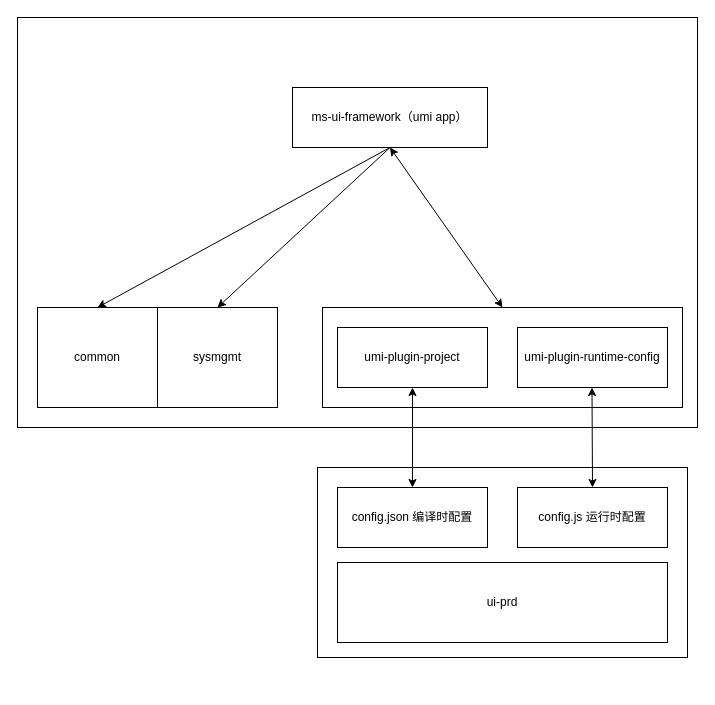
This is draw/未命名绘图.drawio from yuanguandong/code, a draw.io file, before an edit. Source tidied: cells renumbered, new cells numbered last; positions are measured from the earlier drawing's top-left corner, leaving out a move shared by most shapes. Both pictures are drawn from the tidied source at 100%, with x=0, y=0 at pixel (17, 17).
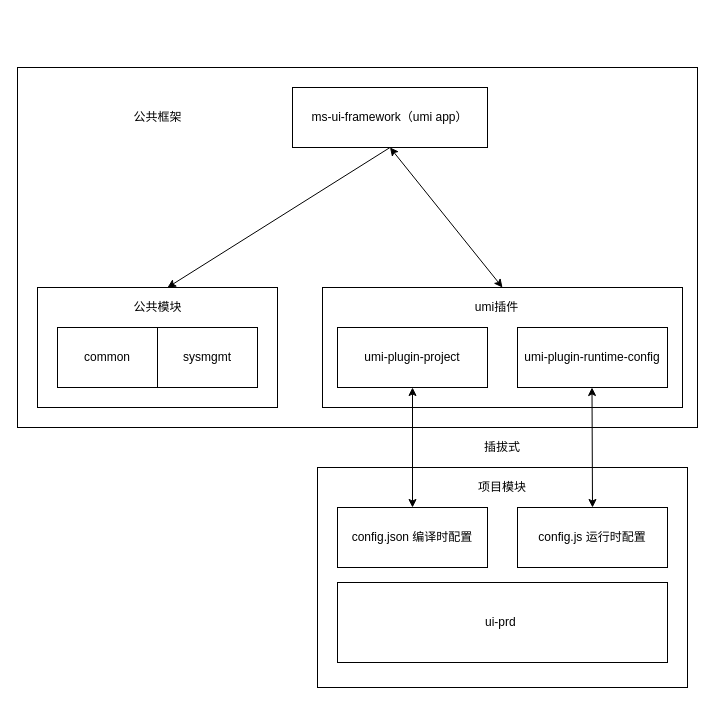
The same diagram, later.

Unchanged cells that the change refers to:
```xml
<mxCell id="4" value="ms-ui-framework（umi app）" style="rounded=0;whiteSpace=wrap;html=1;" parent="1" vertex="1">
  <mxGeometry x="275" y="70" width="195" height="60" as="geometry" />
</mxCell>
```

Change to the diagram source:
```diff
@@
     <mxCell id="2" style="rounded=0;whiteSpace=wrap;html=1;fillColor=none;" parent="1" vertex="1">
-      <mxGeometry width="680" height="410" as="geometry" />
+      <mxGeometry y="50" width="680" height="360" as="geometry" />
     </mxCell>
+    <mxCell id="18" style="rounded=0;whiteSpace=wrap;html=1;fillColor=none;" parent="1" vertex="1">
+      <mxGeometry x="20" y="270" width="240" height="120" as="geometry" />
+    </mxCell>
     <mxCell id="3" style="rounded=0;whiteSpace=wrap;html=1;fillColor=none;" parent="1" vertex="1">
-      <mxGeometry x="300" y="450" width="370" height="190" as="geometry" />
+      <mxGeometry x="300" y="450" width="370" height="220" as="geometry" />
     </mxCell>
@@
-    <mxCell id="5" value="ui-prd" style="rounded=0;whiteSpace=wrap;html=1;" parent="1" vertex="1">
-      <mxGeometry x="320" y="545" width="330" height="80" as="geometry" />
+    <mxCell id="5" value="ui-prd&amp;nbsp;" style="rounded=0;whiteSpace=wrap;html=1;" parent="1" vertex="1">
+      <mxGeometry x="320" y="565" width="330" height="80" as="geometry" />
     </mxCell>
     <mxCell id="6" value="sysmgmt" style="rounded=0;whiteSpace=wrap;html=1;" parent="1" vertex="1">
-      <mxGeometry x="140" y="290" width="120" height="100" as="geometry" />
+      <mxGeometry x="140" y="310" width="100" height="60" as="geometry" />
     </mxCell>
     <mxCell id="7" value="common" style="rounded=0;whiteSpace=wrap;html=1;" parent="1" vertex="1">
-      <mxGeometry x="20" y="290" width="120" height="100" as="geometry" />
+      <mxGeometry x="40" y="310" width="100" height="60" as="geometry" />
     </mxCell>
-    <mxCell id="8" style="endArrow=classic;html=1;exitX=0.5;exitY=1;exitDx=0;exitDy=0;entryX=0.5;entryY=0;entryDx=0;entryDy=0;" parent="1" edge="1" source="4" target="6">
-      <mxGeometry relative="1" as="geometry" />
-    </mxCell>
-    <mxCell id="9" style="endArrow=classic;html=1;entryX=0.5;entryY=0;entryDx=0;entryDy=0;exitX=0.5;exitY=1;exitDx=0;exitDy=0;" parent="1" edge="1" source="4" target="7">
-      <mxGeometry relative="1" as="geometry" />
+    <mxCell id="9" style="endArrow=classic;html=1;exitX=0.5;exitY=1;exitDx=0;exitDy=0;" parent="1" edge="1" source="4">
+      <mxGeometry relative="1" as="geometry">
+        <mxPoint x="150" y="270" as="targetPoint" />
+      </mxGeometry>
     </mxCell>
@@
     <mxCell id="12" value="config.json 编译时配置" style="rounded=0;whiteSpace=wrap;html=1;" parent="1" vertex="1">
-      <mxGeometry x="320" y="470" width="150" height="60" as="geometry" />
+      <mxGeometry x="320" y="490" width="150" height="60" as="geometry" />
     </mxCell>
     <mxCell id="13" value="config.js 运行时配置" style="rounded=0;whiteSpace=wrap;html=1;" parent="1" vertex="1">
-      <mxGeometry x="500" y="470" width="150" height="60" as="geometry" />
+      <mxGeometry x="500" y="490" width="150" height="60" as="geometry" />
     </mxCell>
@@
     <mxCell id="16" style="rounded=0;whiteSpace=wrap;html=1;fillColor=none;" parent="1" vertex="1">
-      <mxGeometry x="305" y="290" width="360" height="100" as="geometry" />
+      <mxGeometry x="305" y="270" width="360" height="120" as="geometry" />
     </mxCell>
@@
+    <mxCell id="19" value="插拔式" style="text;html=1;strokeColor=none;fillColor=none;align=center;verticalAlign=middle;whiteSpace=wrap;rounded=0;" parent="1" vertex="1">
+      <mxGeometry x="465" y="420" width="40" height="20" as="geometry" />
+    </mxCell>
+    <mxCell id="20" value="公共模块" style="text;html=1;strokeColor=none;fillColor=none;align=center;verticalAlign=middle;whiteSpace=wrap;rounded=0;" parent="1" vertex="1">
+      <mxGeometry x="103.5" y="280" width="73" height="20" as="geometry" />
+    </mxCell>
+    <mxCell id="21" value="umi插件" style="text;html=1;strokeColor=none;fillColor=none;align=center;verticalAlign=middle;whiteSpace=wrap;rounded=0;" parent="1" vertex="1">
+      <mxGeometry x="443" y="280" width="73" height="20" as="geometry" />
+    </mxCell>
+    <mxCell id="22" value="项目模块" style="text;html=1;strokeColor=none;fillColor=none;align=center;verticalAlign=middle;whiteSpace=wrap;rounded=0;" parent="1" vertex="1">
+      <mxGeometry x="453" y="460" width="64" height="20" as="geometry" />
+    </mxCell>
+    <mxCell id="23" value="公共框架" style="text;html=1;strokeColor=none;fillColor=none;align=center;verticalAlign=middle;whiteSpace=wrap;rounded=0;" parent="1" vertex="1">
+      <mxGeometry x="103.5" y="90" width="73" height="20" as="geometry" />
+    </mxCell>
```
